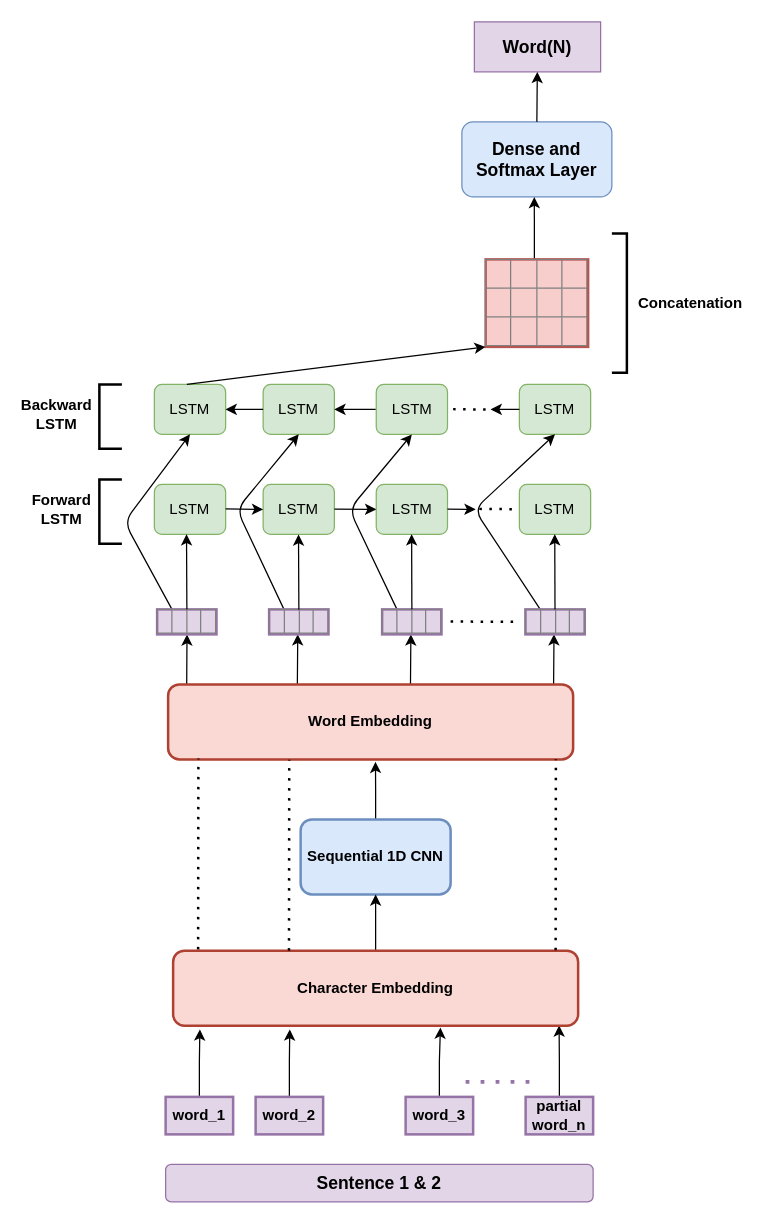
mahbubhimel/Html keeps this draw.io diagram as Bi-LSTM.drawio. Above is the earlier version. Source tidied: cells renumbered, new cells numbered last; positions are measured from the earlier drawing's top-left corner, leaving out a move shared by most shapes. Both pictures are drawn from the tidied source at 125%, with x=0, y=0 at pixel (31, 21).
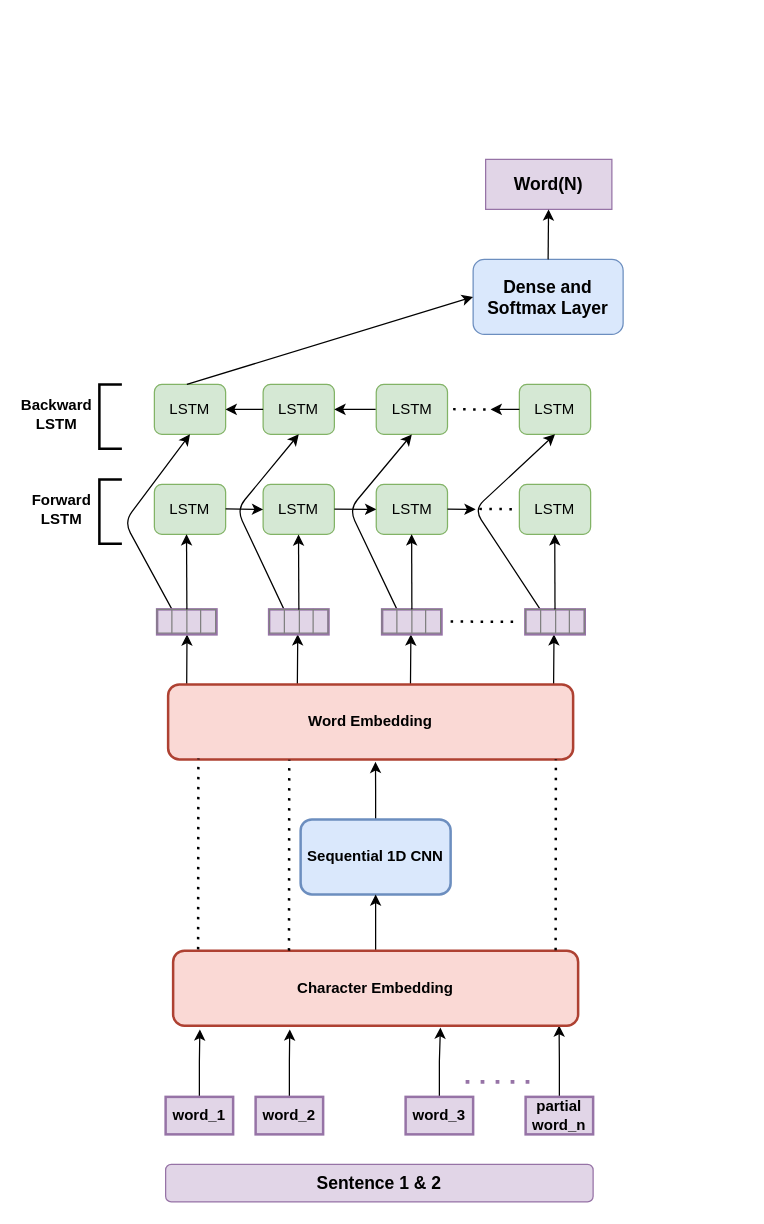
The same diagram, later.

The edit, as a diff of the source:
```diff
@@
     <mxCell id="22" value="&lt;b&gt;&lt;font style=&quot;font-size: 14px&quot;&gt;Dense and &lt;br&gt;Softmax Layer&lt;/font&gt;&lt;/b&gt;" style="rounded=1;whiteSpace=wrap;html=1;fillColor=#dae8fc;strokeColor=#6c8ebf;" parent="1" vertex="1">
-      <mxGeometry x="344" y="80" width="120" height="60" as="geometry" />
+      <mxGeometry x="353" y="190" width="120" height="60" as="geometry" />
     </mxCell>
     <mxCell id="23" value="&lt;font style=&quot;font-size: 14px&quot;&gt;&lt;b&gt;Word(N)&lt;/b&gt;&lt;/font&gt;" style="rounded=0;whiteSpace=wrap;html=1;fillColor=#e1d5e7;strokeColor=#9673a6;" parent="1" vertex="1">
-      <mxGeometry x="354" width="101" height="40" as="geometry" />
+      <mxGeometry x="363" y="110" width="101" height="40" as="geometry" />
     </mxCell>
@@
-    <mxCell id="29" style="endArrow=classic;html=1;strokeWidth=1;entryX=0.483;entryY=1.002;entryDx=0;entryDy=0;entryPerimeter=0;" parent="1" edge="1" target="22">
-      <mxGeometry relative="1" as="geometry">
-        <mxPoint x="402" y="191" as="sourcePoint" />
-      </mxGeometry>
-    </mxCell>
-    <mxCell id="30" value="&lt;table border=&quot;1&quot; width=&quot;100%&quot; style=&quot;width: 100% ; height: 100% ; border-collapse: collapse&quot;&gt;&lt;tbody&gt;&lt;tr&gt;&lt;td align=&quot;center&quot;&gt;&lt;/td&gt;&lt;td align=&quot;center&quot;&gt;&lt;br&gt;&lt;/td&gt;&lt;td align=&quot;center&quot;&gt;&lt;/td&gt;&lt;td&gt;&lt;br&gt;&lt;/td&gt;&lt;/tr&gt;&lt;tr&gt;&lt;td align=&quot;center&quot;&gt;&lt;br&gt;&lt;/td&gt;&lt;td align=&quot;center&quot;&gt;&lt;/td&gt;&lt;td align=&quot;center&quot;&gt;&lt;/td&gt;&lt;td&gt;&lt;br&gt;&lt;/td&gt;&lt;/tr&gt;&lt;tr&gt;&lt;td align=&quot;center&quot;&gt;&lt;/td&gt;&lt;td align=&quot;center&quot;&gt;&lt;/td&gt;&lt;td align=&quot;center&quot;&gt;&lt;br&gt;&lt;/td&gt;&lt;td&gt;&lt;br&gt;&lt;/td&gt;&lt;/tr&gt;&lt;/tbody&gt;&lt;/table&gt;" style="text;html=1;strokeColor=#b85450;fillColor=#f8cecc;overflow=fill;strokeWidth=2;verticalAlign=bottom;" parent="1" vertex="1">
-      <mxGeometry x="363" y="190" width="82" height="70" as="geometry" />
-    </mxCell>
-    <mxCell id="31" style="strokeWidth=2;html=1;shape=mxgraph.flowchart.annotation_1;align=left;fillColor=#ffffff;gradientColor=#ffffff;rotation=-180;" parent="1" vertex="1">
-      <mxGeometry x="464" y="169.2" width="12" height="111.5" as="geometry" />
-    </mxCell>
-    <mxCell id="32" value="&lt;b&gt;Concatenation&lt;/b&gt;" style="text;html=1;strokeColor=none;fillColor=none;align=center;verticalAlign=middle;whiteSpace=wrap;rounded=0;" parent="1" vertex="1">
-      <mxGeometry x="506.5" y="215" width="40" height="20" as="geometry" />
-    </mxCell>
@@
-    <mxCell id="41" style="endArrow=classic;html=1;entryX=0;entryY=1;entryDx=0;entryDy=0;" parent="1" edge="1" target="30">
+    <mxCell id="41" style="endArrow=classic;html=1;entryX=0;entryY=0.5;entryDx=0;entryDy=0;" parent="1" edge="1" target="22">
       <mxGeometry relative="1" as="geometry">
         <mxPoint x="124" y="290" as="sourcePoint" />
       </mxGeometry>
     </mxCell>
```
